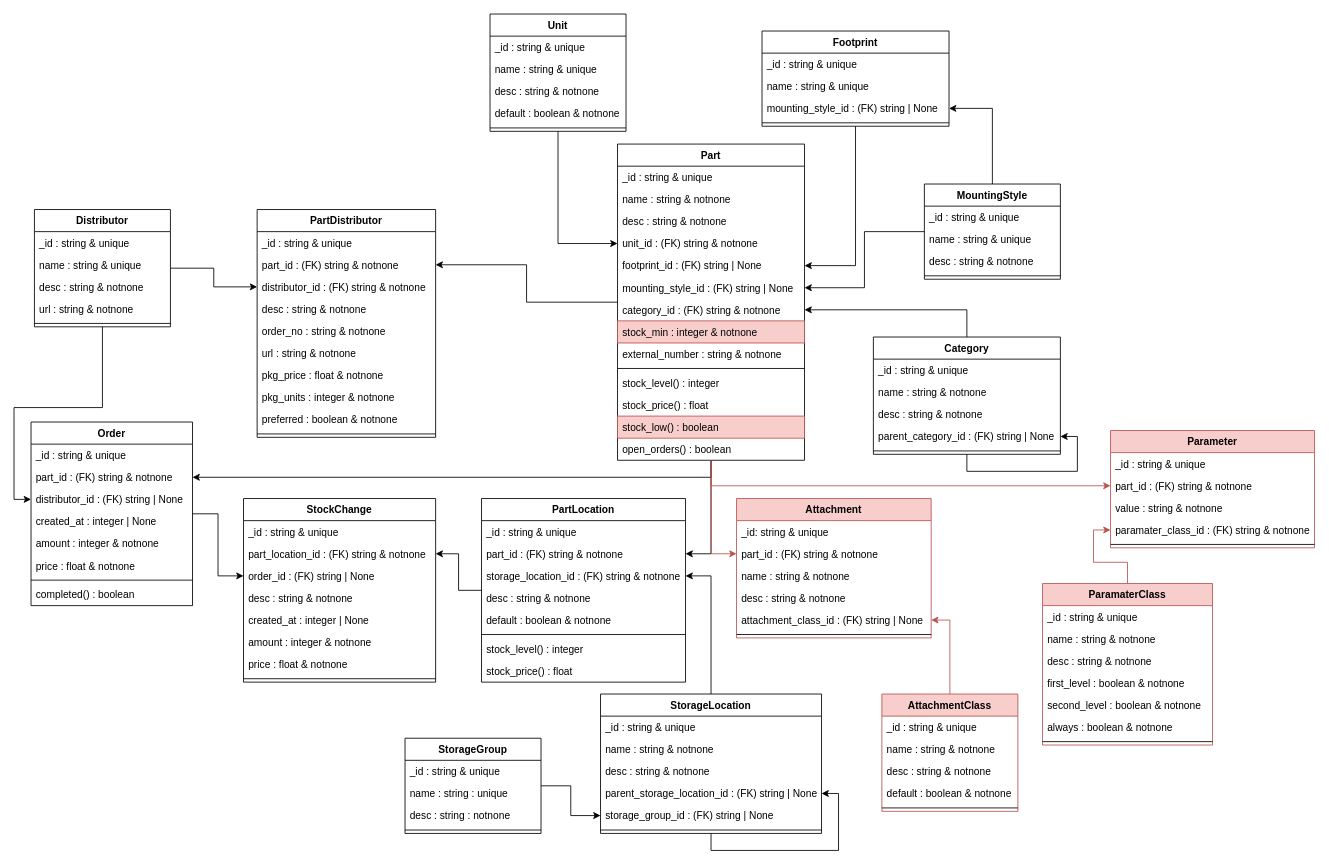
nils-ost/Inventory4Parts keeps this draw.io diagram as docs/elements-classes.drawio. Above is the earlier version. Source tidied: cells renumbered, new cells numbered last; positions are measured from the earlier drawing's top-left corner, leaving out a move shared by most shapes. Both pictures are drawn from the tidied source at 85%, with x=0, y=0 at pixel (31, 14).
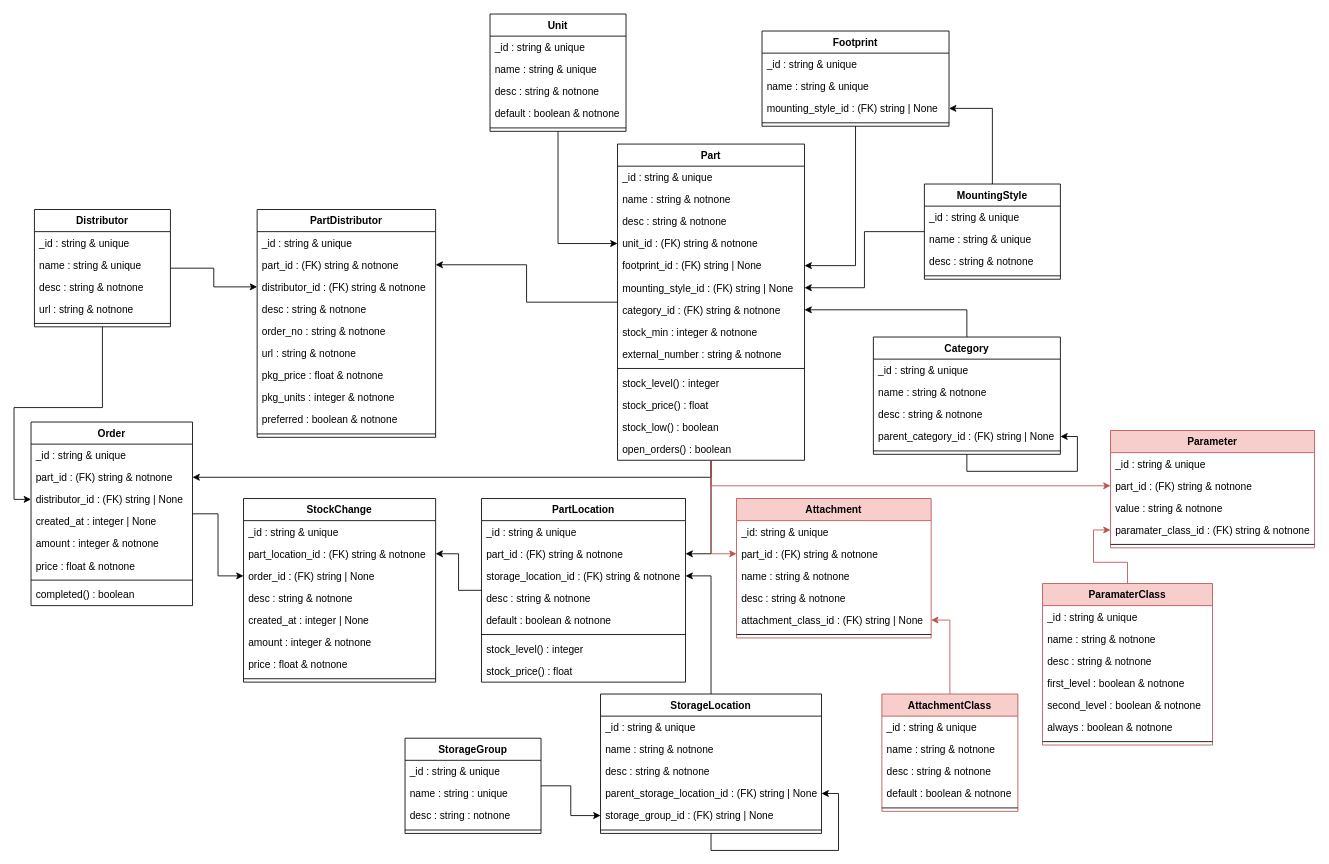
The same page after the edit.

Commit message (it also covers changes not shown here):
added stock_min and stock_low to Part

The change refers to these unchanged cells:
```xml
<mxCell id="33" value="Part" style="swimlane;fontStyle=1;align=center;verticalAlign=top;horizontal=1;startSize=26;" parent="1" vertex="1">
  <mxGeometry x="690" y="153" width="220" height="372" as="geometry" />
</mxCell>
```

What changed in the source:
```diff
@@
-    <mxCell id="41" value="stock_min : integer &amp; notnone" style="text;strokeColor=#b85450;fillColor=#f8cecc;align=left;verticalAlign=top;spacingLeft=4;spacingRight=4;overflow=hidden;" parent="33" vertex="1">
+    <mxCell id="41" value="stock_min : integer &amp; notnone" style="text;align=left;verticalAlign=top;spacingLeft=4;spacingRight=4;overflow=hidden;" parent="33" vertex="1">
       <mxGeometry y="208" width="220" height="26" as="geometry" />
     </mxCell>
@@
-    <mxCell id="46" value="stock_low() : boolean" style="text;align=left;verticalAlign=top;spacingLeft=4;spacingRight=4;overflow=hidden;fillColor=#f8cecc;strokeColor=#b85450;" parent="33" vertex="1">
+    <mxCell id="46" value="stock_low() : boolean" style="text;align=left;verticalAlign=top;spacingLeft=4;spacingRight=4;overflow=hidden;" parent="33" vertex="1">
       <mxGeometry y="320" width="220" height="26" as="geometry" />
     </mxCell>
```
